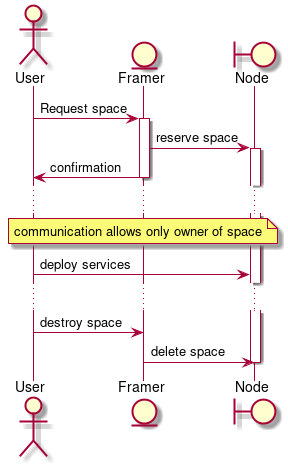
Earlier version of the PlantUML export specs/provisioning/market/market.png (threefoldtech/zos). Its diagram source:
```plantuml
@startuml
actor User as user
entity Framer as farmer
boundary Node as node

user -> farmer: Request space
activate farmer
farmer -> node: reserve space
activate node
farmer -> user: confirmation
deactivate farmer
...
note over user, node: communication allows only owner of space
user -> node: deploy services
...
user -> farmer: destroy space
farmer -> node: delete space
deactivate node
@enduml
```
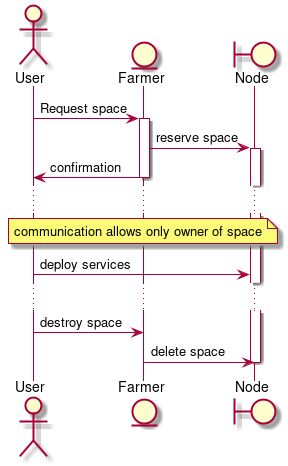
After the change.

What changed in the source:
```diff
@@ -1,6 +1,6 @@
 @startuml
 actor User as user
-entity Framer as farmer
+entity Farmer as farmer
 boundary Node as node
 
 user -> farmer: Request space
```
